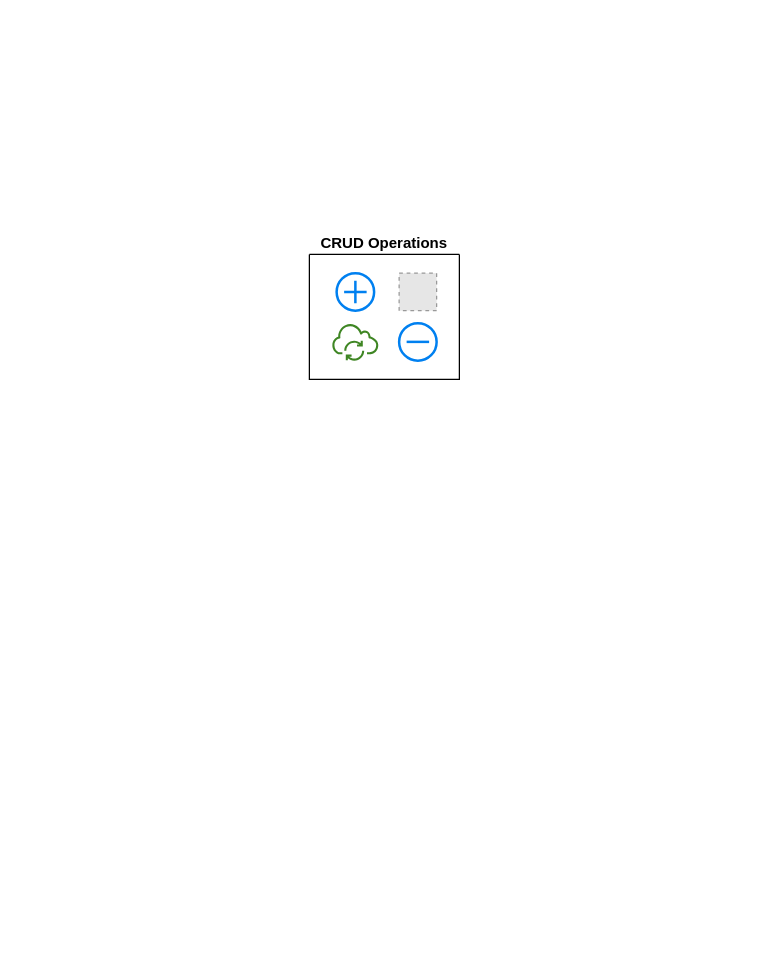
The draw.io diagram CRUD.drawio in chrispaul07/FinalProject, before the edit. Source tidied: cells renumbered, new cells numbered last; positions are measured from the earlier drawing's top-left corner, leaving out a move shared by most shapes. Both pictures are drawn from the tidied source at 125%, with x=0, y=0 at pixel (309, 254). Pictures stored in the file or linked from it are replaced by grey dashed boxes.
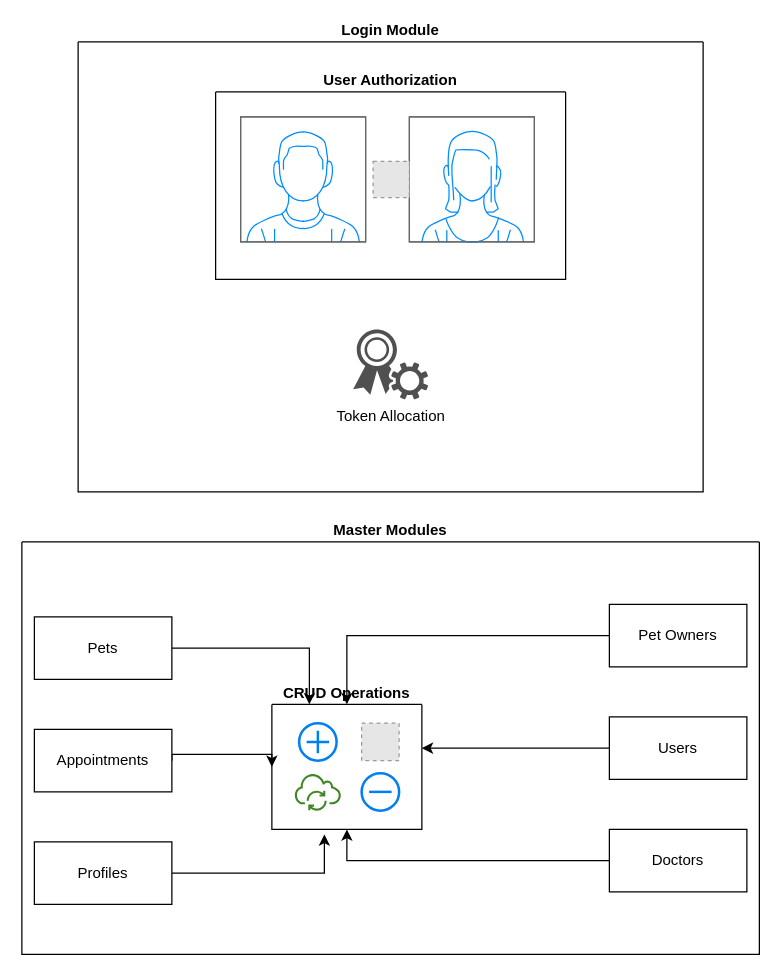
After the change.

What changed in the source:
```diff
@@
+    <mxCell id="7" value="Login Module" style="swimlane;startSize=0;verticalAlign=bottom;" parent="1" vertex="1">
+      <mxGeometry x="-185" y="-170" width="500" height="360" as="geometry" />
+    </mxCell>
+    <mxCell id="8" value="User Authorization" style="swimlane;startSize=0;align=center;verticalAlign=bottom;" parent="7" vertex="1">
+      <mxGeometry x="110" y="40" width="280" height="150" as="geometry" />
+    </mxCell>
+    <mxCell id="9" style="verticalLabelPosition=bottom;shadow=0;dashed=0;align=center;html=1;verticalAlign=top;strokeWidth=1;shape=mxgraph.mockup.containers.userMale;strokeColor=#666666;strokeColor2=#008cff;" parent="8" vertex="1">
+      <mxGeometry x="20" y="20" width="100" height="100" as="geometry" />
+    </mxCell>
+    <mxCell id="10" style="verticalLabelPosition=bottom;shadow=0;dashed=0;align=center;html=1;verticalAlign=top;strokeWidth=1;shape=mxgraph.mockup.containers.userFemale;strokeColor=#666666;strokeColor2=#008cff;" parent="8" vertex="1">
+      <mxGeometry x="155" y="20" width="100" height="100" as="geometry" />
+    </mxCell>
+    <mxCell id="11" style="fillColor=#E6E6E6;strokeColor=#999999;dashed=1;html=1;verticalAlign=top;verticalLabelPosition=bottom;labelBackgroundColor=#ffffff;" parent="8" vertex="1">
+      <mxGeometry x="126" y="55.5" width="29" height="29" as="geometry" />
+    </mxCell>
+    <mxCell id="12" value="Token Allocation" style="sketch=0;shadow=0;dashed=0;html=1;strokeColor=none;fillColor=#505050;labelPosition=center;verticalLabelPosition=bottom;verticalAlign=top;align=center;shape=mxgraph.office.security.token_service;" parent="7" vertex="1">
+      <mxGeometry x="220" y="230" width="60" height="56" as="geometry" />
+    </mxCell>
+    <mxCell id="13" value="Master Modules" style="swimlane;startSize=0;verticalAlign=bottom;" parent="1" vertex="1">
+      <mxGeometry x="-230" y="230" width="590" height="330" as="geometry" />
+    </mxCell>
-    <mxCell id="2" value="CRUD Operations" style="swimlane;startSize=0;align=center;verticalAlign=bottom;" parent="1" vertex="1">
-      <mxGeometry width="120" height="100" as="geometry" />
+    <mxCell id="2" value="CRUD Operations" style="swimlane;startSize=0;align=center;verticalAlign=bottom;" parent="13" vertex="1">
+      <mxGeometry x="200" y="130" width="120" height="100" as="geometry" />
     </mxCell>
@@
+    <mxCell id="14" style="edgeStyle=orthogonalEdgeStyle;rounded=0;jettySize=auto;html=1;exitX=1;exitY=0.5;exitDx=0;exitDy=0;entryX=0;entryY=0.5;entryDx=0;entryDy=0;" parent="13" edge="1" source="15" target="2">
+      <mxGeometry relative="1" as="geometry">
+        <Array as="points">
+          <mxPoint x="120" y="170" />
+          <mxPoint x="200" y="170" />
+        </Array>
+      </mxGeometry>
+    </mxCell>
+    <mxCell id="15" value="Appointments" style="html=1;whiteSpace=wrap;" parent="13" vertex="1">
+      <mxGeometry x="10" y="150" width="110" height="50" as="geometry" />
+    </mxCell>
+    <mxCell id="16" style="edgeStyle=orthogonalEdgeStyle;rounded=0;jettySize=auto;html=1;exitX=0;exitY=0.5;exitDx=0;exitDy=0;entryX=1;entryY=0.35;entryDx=0;entryDy=0;entryPerimeter=0;" parent="13" edge="1" source="17" target="2">
+      <mxGeometry relative="1" as="geometry" />
+    </mxCell>
+    <mxCell id="17" value="Users" style="html=1;whiteSpace=wrap;" parent="13" vertex="1">
+      <mxGeometry x="470" y="140" width="110" height="50" as="geometry" />
+    </mxCell>
+    <mxCell id="18" style="edgeStyle=orthogonalEdgeStyle;rounded=0;jettySize=auto;html=1;exitX=1;exitY=0.5;exitDx=0;exitDy=0;entryX=0.35;entryY=1.04;entryDx=0;entryDy=0;entryPerimeter=0;" parent="13" edge="1" source="19" target="2">
+      <mxGeometry relative="1" as="geometry" />
+    </mxCell>
+    <mxCell id="19" value="Profiles" style="html=1;whiteSpace=wrap;" parent="13" vertex="1">
+      <mxGeometry x="10" y="240" width="110" height="50" as="geometry" />
+    </mxCell>
+    <mxCell id="20" style="edgeStyle=orthogonalEdgeStyle;rounded=0;jettySize=auto;html=1;exitX=0;exitY=0.5;exitDx=0;exitDy=0;entryX=0.5;entryY=1;entryDx=0;entryDy=0;" parent="13" edge="1" source="21" target="2">
+      <mxGeometry relative="1" as="geometry" />
+    </mxCell>
+    <mxCell id="21" value="Doctors" style="html=1;whiteSpace=wrap;" parent="13" vertex="1">
+      <mxGeometry x="470" y="230" width="110" height="50" as="geometry" />
+    </mxCell>
+    <mxCell id="22" style="edgeStyle=orthogonalEdgeStyle;rounded=0;jettySize=auto;html=1;exitX=1;exitY=0.5;exitDx=0;exitDy=0;entryX=0.25;entryY=0;entryDx=0;entryDy=0;" parent="13" edge="1" source="23" target="2">
+      <mxGeometry relative="1" as="geometry" />
+    </mxCell>
+    <mxCell id="23" value="Pets" style="html=1;whiteSpace=wrap;" parent="13" vertex="1">
+      <mxGeometry x="10" y="60" width="110" height="50" as="geometry" />
+    </mxCell>
+    <mxCell id="24" style="edgeStyle=orthogonalEdgeStyle;rounded=0;jettySize=auto;html=1;exitX=0;exitY=0.5;exitDx=0;exitDy=0;" parent="13" edge="1" source="25" target="2">
+      <mxGeometry relative="1" as="geometry" />
+    </mxCell>
+    <mxCell id="25" value="Pet Owners" style="html=1;whiteSpace=wrap;" parent="13" vertex="1">
+      <mxGeometry x="470" y="50" width="110" height="50" as="geometry" />
+    </mxCell>
```
